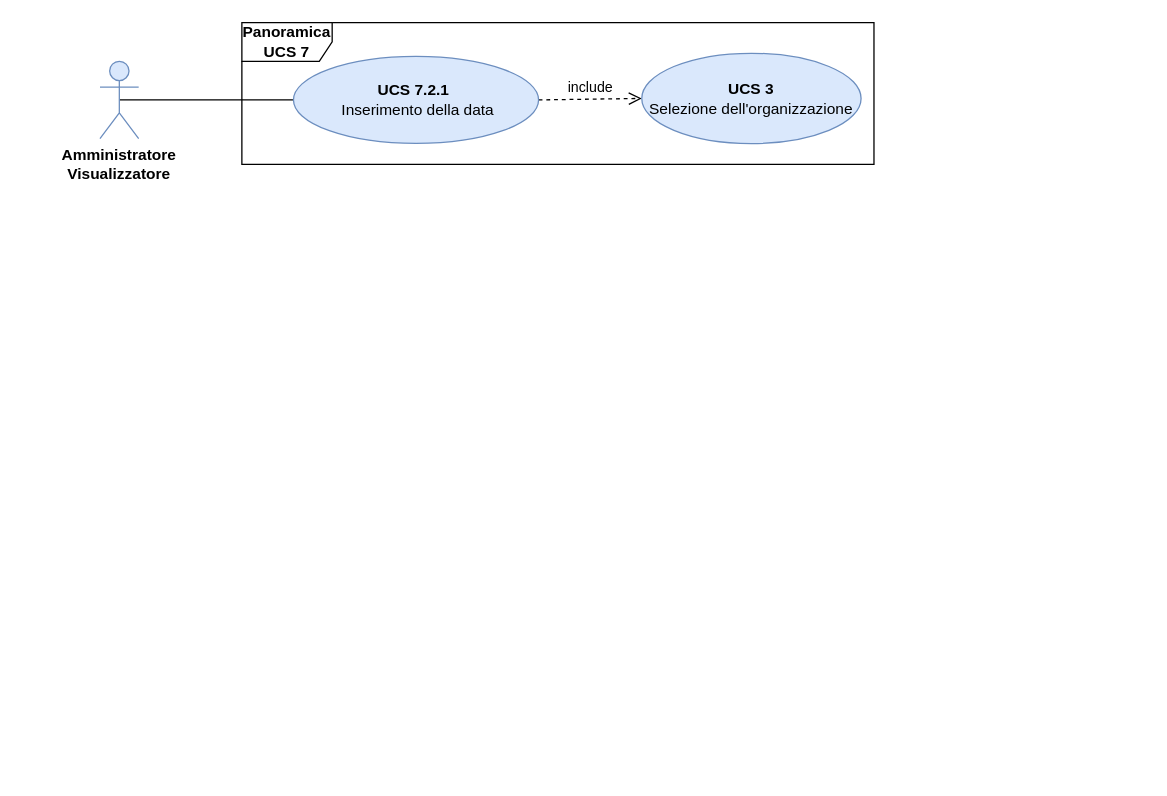
Before: DocumentazioneEsterna/AnalisiDeiRequisiti/Sezioni/UseCase/draw.io/UC SERVER/UCS7.drawio in qb-team/Stalker-Documentazione, a draw.io diagram. Source tidied: cells renumbered, new cells numbered last; positions are measured from the earlier drawing's top-left corner, leaving out a move shared by most shapes. Both pictures are drawn from the tidied source at 129%, with x=0, y=0 at pixel (22, 22).
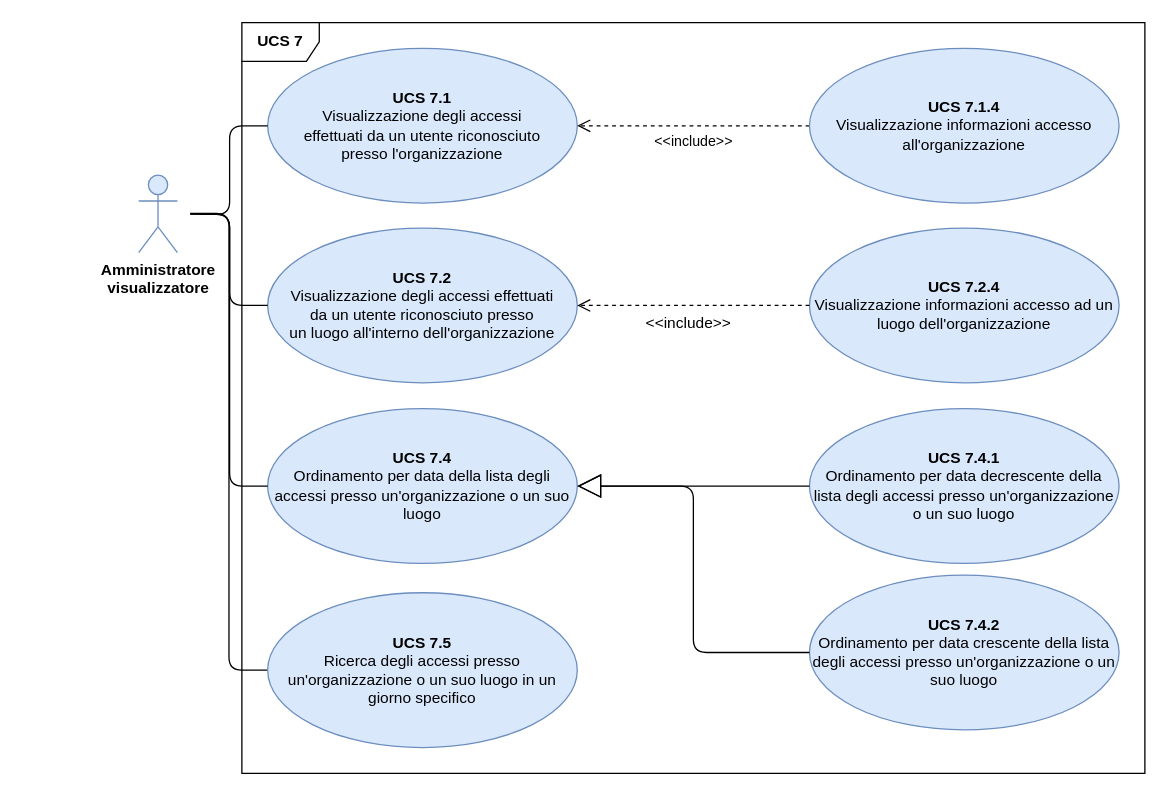
The same page after the edit.

Diff of the diagram source:
```diff
@@
-    <mxCell id="2" value="&lt;b&gt;Panoramica UCS 7&lt;/b&gt;" style="shape=umlFrame;whiteSpace=wrap;html=1;width=70;height=30;" parent="1" vertex="1">
-      <mxGeometry x="170" width="490" height="110" as="geometry" />
+    <mxCell id="2" value="&lt;b&gt;UCS 7&lt;/b&gt;" style="shape=umlFrame;whiteSpace=wrap;html=1;fontFamily=Helvetica;fontSize=12;" parent="1" vertex="1">
+      <mxGeometry x="170" width="700" height="582" as="geometry" />
     </mxCell>
-    <mxCell id="3" style="edgeStyle=orthogonalEdgeStyle;rounded=0;jettySize=auto;html=1;entryX=0;entryY=0.5;entryDx=0;entryDy=0;endArrow=none;endFill=0;exitX=0.5;exitY=0.5;exitDx=0;exitDy=0;exitPerimeter=0;" parent="1" edge="1" source="4" target="6">
-      <mxGeometry relative="1" as="geometry" />
-    </mxCell>
-    <mxCell id="4" value="&lt;div style=&quot;line-height: 120%&quot;&gt;&lt;/div&gt;" style="shape=umlActor;verticalLabelPosition=bottom;labelBackgroundColor=#ffffff;verticalAlign=top;html=1;fillColor=#dae8fc;strokeColor=#6c8ebf;" parent="1" vertex="1">
-      <mxGeometry x="60" y="30" width="30" height="60" as="geometry" />
-    </mxCell>
-    <mxCell id="5" value="include" style="html=1;verticalAlign=bottom;endArrow=open;dashed=1;endSize=8;exitX=1;exitY=0.5;exitDx=0;exitDy=0;entryX=0;entryY=0.5;entryDx=0;entryDy=0;" parent="1" edge="1" source="6" target="8">
-      <mxGeometry relative="1" as="geometry" />
-    </mxCell>
-    <mxCell id="6" value="&lt;b&gt;UCS 7.2.1&amp;nbsp;&lt;br&gt;&lt;/b&gt;&amp;nbsp;Inserimento della data" style="ellipse;whiteSpace=wrap;html=1;fillColor=#dae8fc;strokeColor=#6c8ebf;" parent="1" vertex="1">
-      <mxGeometry x="210" y="26.2" width="190" height="67.5" as="geometry" />
-    </mxCell>
-    <mxCell id="7" value="&lt;div style=&quot;color: rgb(0 , 0 , 0) ; font-family: &amp;#34;helvetica&amp;#34; ; font-size: 12px ; font-style: normal ; font-variant: normal ; letter-spacing: normal ; line-height: 120% ; text-align: center ; text-decoration: none ; text-indent: 0px ; text-transform: none ; white-space: nowrap ; word-spacing: 0px&quot;&gt;&lt;b&gt;Amministratore&lt;/b&gt;&lt;/div&gt;&lt;div style=&quot;color: rgb(0 , 0 , 0) ; font-family: &amp;#34;helvetica&amp;#34; ; font-size: 12px ; font-style: normal ; font-variant: normal ; letter-spacing: normal ; line-height: 120% ; text-align: center ; text-decoration: none ; text-indent: 0px ; text-transform: none ; white-space: nowrap ; word-spacing: 0px&quot;&gt;&lt;b&gt;&amp;nbsp;Visualizzatore&amp;nbsp;&lt;/b&gt;&lt;/div&gt;" style="text;html=1;strokeColor=none;fillColor=none;align=center;verticalAlign=middle;whiteSpace=wrap;rounded=0;" parent="1" vertex="1">
-      <mxGeometry y="100" width="150" height="20" as="geometry" />
-    </mxCell>
-    <mxCell id="8" value="&lt;b&gt;UCS 3&lt;br&gt;&lt;/b&gt;Selezione dell'organizzazione" style="ellipse;whiteSpace=wrap;html=1;fillColor=#dae8fc;strokeColor=#6c8ebf;" parent="1" vertex="1">
-      <mxGeometry x="480" y="23.8" width="170" height="70" as="geometry" />
-    </mxCell>
+    <mxCell id="9" value="&lt;font&gt;&lt;b style=&quot;font-size: 12px&quot;&gt;UCS 7.1&lt;br&gt;&lt;/b&gt;Visualizzazione degli accessi&lt;br&gt;effettuati da un utente riconosciuto&lt;br&gt;presso l'organizzazione&lt;br&gt;&lt;/font&gt;" style="ellipse;whiteSpace=wrap;html=1;fillColor=#dae8fc;strokeColor=#6c8ebf;fontFamily=Helvetica;fontSize=12;" parent="1" vertex="1">
+      <mxGeometry x="190" y="20" width="240" height="120" as="geometry" />
+    </mxCell>
+    <mxCell id="10" value="&lt;font&gt;&lt;b style=&quot;font-size: 12px&quot;&gt;UCS 7.2&lt;br&gt;&lt;/b&gt;Visualizzazione degli accessi effettuati&lt;br&gt;da un utente riconosciuto presso&lt;br&gt;un luogo all'interno dell'organizzazione&lt;br&gt;&lt;/font&gt;" style="ellipse;whiteSpace=wrap;html=1;fillColor=#dae8fc;strokeColor=#6c8ebf;fontFamily=Helvetica;fontSize=12;" parent="1" vertex="1">
+      <mxGeometry x="190" y="159.3" width="240" height="120" as="geometry" />
+    </mxCell>
+    <mxCell id="11" style="edgeStyle=orthogonalEdgeStyle;rounded=1;jettySize=auto;html=1;entryX=0;entryY=0.5;entryDx=0;entryDy=0;endArrow=none;endFill=0;" parent="1" edge="1" target="31">
+      <mxGeometry relative="1" as="geometry">
+        <mxPoint x="130" y="148" as="sourcePoint" />
+        <Array as="points">
+          <mxPoint x="160" y="148" />
+          <mxPoint x="160" y="502" />
+        </Array>
+      </mxGeometry>
+    </mxCell>
+    <mxCell id="12" value="&lt;b&gt;Amministratore&lt;br&gt;visualizzatore&lt;br&gt;&lt;/b&gt;" style="shape=umlActor;verticalLabelPosition=bottom;labelBackgroundColor=#ffffff;verticalAlign=top;html=1;fillColor=#dae8fc;strokeColor=#6c8ebf;fontFamily=Helvetica;fontSize=12;" parent="1" vertex="1">
+      <mxGeometry x="90" y="118.3" width="30" height="60" as="geometry" />
+    </mxCell>
+    <mxCell id="13" value="&lt;font&gt;&lt;b style=&quot;font-size: 12px&quot;&gt;UCS 7.4&lt;br&gt;&lt;/b&gt;Ordinamento per data della lista degli accessi presso un'organizzazione o un suo luogo&lt;br&gt;&lt;/font&gt;" style="ellipse;whiteSpace=wrap;html=1;fillColor=#dae8fc;strokeColor=#6c8ebf;fontFamily=Helvetica;fontSize=12;" parent="1" vertex="1">
+      <mxGeometry x="190" y="299.3" width="240" height="120" as="geometry" />
+    </mxCell>
+    <mxCell id="14" value="&amp;lt;&amp;lt;include&amp;gt;&amp;gt;" style="html=1;verticalAlign=bottom;endArrow=open;dashed=1;endSize=8;exitX=0;exitY=0.5;exitDx=0;exitDy=0;entryX=1;entryY=0.5;entryDx=0;entryDy=0;edgeStyle=orthogonalEdgeStyle;" parent="1" edge="1" source="15" target="9">
+      <mxGeometry y="21" relative="1" as="geometry" />
+    </mxCell>
+    <mxCell id="15" value="&lt;font&gt;&lt;b style=&quot;font-size: 12px&quot;&gt;UCS 7.1.4&lt;br&gt;&lt;/b&gt;Visualizzazione informazioni accesso all'organizzazione&lt;br&gt;&lt;/font&gt;" style="ellipse;whiteSpace=wrap;html=1;fillColor=#dae8fc;strokeColor=#6c8ebf;fontFamily=Helvetica;fontSize=12;" parent="1" vertex="1">
+      <mxGeometry x="610" y="20" width="240" height="120" as="geometry" />
+    </mxCell>
+    <mxCell id="16" value="&lt;font&gt;&lt;b style=&quot;font-size: 12px&quot;&gt;UCS 7.2.4&lt;br&gt;&lt;/b&gt;Visualizzazione informazioni accesso ad un luogo dell'organizzazione&lt;br&gt;&lt;/font&gt;" style="ellipse;whiteSpace=wrap;html=1;fillColor=#dae8fc;strokeColor=#6c8ebf;fontFamily=Helvetica;fontSize=12;" parent="1" vertex="1">
+      <mxGeometry x="610" y="159.3" width="240" height="120" as="geometry" />
+    </mxCell>
+    <mxCell id="17" value="&lt;font style=&quot;font-size: 12px&quot;&gt;&amp;lt;&amp;lt;include&amp;gt;&amp;gt;&lt;/font&gt;" style="html=1;verticalAlign=bottom;endArrow=open;dashed=1;endSize=8;exitX=0;exitY=0.5;exitDx=0;exitDy=0;edgeStyle=orthogonalEdgeStyle;entryX=1;entryY=0.5;entryDx=0;entryDy=0;" parent="1" edge="1" source="16" target="10">
+      <mxGeometry x="0.04" y="23" relative="1" as="geometry" />
+    </mxCell>
+    <mxCell id="18" value="&lt;font&gt;&lt;b style=&quot;font-size: 12px&quot;&gt;UCS 7.4.1&lt;br&gt;&lt;/b&gt;Ordinamento per data decrescente della lista degli accessi presso un'organizzazione o un suo luogo&lt;br&gt;&lt;/font&gt;" style="ellipse;whiteSpace=wrap;html=1;fillColor=#dae8fc;strokeColor=#6c8ebf;fontFamily=Helvetica;fontSize=12;" parent="1" vertex="1">
+      <mxGeometry x="610" y="299.3" width="240" height="120" as="geometry" />
+    </mxCell>
+    <mxCell id="19" value="&lt;font&gt;&lt;b style=&quot;font-size: 12px&quot;&gt;UCS 7.4.2&lt;br&gt;&lt;/b&gt;Ordinamento per data crescente della lista degli accessi presso un'organizzazione o un suo luogo&lt;br&gt;&lt;/font&gt;" style="ellipse;whiteSpace=wrap;html=1;fillColor=#dae8fc;strokeColor=#6c8ebf;fontFamily=Helvetica;fontSize=12;" parent="1" vertex="1">
+      <mxGeometry x="610" y="428.3" width="240" height="120" as="geometry" />
+    </mxCell>
+    <mxCell id="20" style="endArrow=block;endSize=16;endFill=0;html=1;exitX=0;exitY=0.5;exitDx=0;exitDy=0;edgeStyle=orthogonalEdgeStyle;entryX=1;entryY=0.5;entryDx=0;entryDy=0;" parent="1" edge="1" source="18" target="13">
+      <mxGeometry relative="1" as="geometry" />
+    </mxCell>
+    <mxCell id="21" style="endArrow=block;endSize=16;endFill=0;html=1;exitX=0;exitY=0.5;exitDx=0;exitDy=0;edgeStyle=orthogonalEdgeStyle;entryX=1;entryY=0.5;entryDx=0;entryDy=0;" parent="1" edge="1" source="19" target="13">
+      <mxGeometry relative="1" as="geometry" />
+    </mxCell>
+    <mxCell id="22" style="endArrow=none;html=1;edgeStyle=orthogonalEdgeStyle;entryX=0;entryY=0.5;entryDx=0;entryDy=0;" parent="1" edge="1" target="9">
+      <mxGeometry relative="1" as="geometry">
+        <mxPoint x="130" y="148.3" as="sourcePoint" />
+      </mxGeometry>
+    </mxCell>
+    <mxCell id="23" style="html=1;align=left;verticalAlign=bottom;labelBackgroundColor=#ffffff;fontSize=10;" parent="22" vertex="1">
+      <mxGeometry x="-1" relative="1" as="geometry" />
+    </mxCell>
+    <mxCell id="24" style="html=1;align=right;verticalAlign=bottom;labelBackgroundColor=#ffffff;fontSize=10;" parent="22" vertex="1">
+      <mxGeometry x="1" relative="1" as="geometry" />
+    </mxCell>
+    <mxCell id="25" style="endArrow=none;html=1;edgeStyle=orthogonalEdgeStyle;entryX=0;entryY=0.5;entryDx=0;entryDy=0;" parent="1" edge="1" target="10">
+      <mxGeometry relative="1" as="geometry">
+        <mxPoint x="130" y="148.3" as="sourcePoint" />
+      </mxGeometry>
+    </mxCell>
+    <mxCell id="26" style="html=1;align=left;verticalAlign=bottom;labelBackgroundColor=#ffffff;fontSize=10;" parent="25" vertex="1">
+      <mxGeometry x="-1" relative="1" as="geometry" />
+    </mxCell>
+    <mxCell id="27" style="html=1;align=right;verticalAlign=bottom;labelBackgroundColor=#ffffff;fontSize=10;" parent="25" vertex="1">
+      <mxGeometry x="1" relative="1" as="geometry" />
+    </mxCell>
+    <mxCell id="28" style="endArrow=none;html=1;edgeStyle=orthogonalEdgeStyle;entryX=0;entryY=0.5;entryDx=0;entryDy=0;" parent="1" edge="1" target="13">
+      <mxGeometry relative="1" as="geometry">
+        <mxPoint x="130" y="148.3" as="sourcePoint" />
+      </mxGeometry>
+    </mxCell>
+    <mxCell id="29" style="html=1;align=left;verticalAlign=bottom;labelBackgroundColor=#ffffff;fontSize=10;" parent="28" vertex="1">
+      <mxGeometry x="-1" relative="1" as="geometry" />
+    </mxCell>
+    <mxCell id="30" style="html=1;align=right;verticalAlign=bottom;labelBackgroundColor=#ffffff;fontSize=10;" parent="28" vertex="1">
+      <mxGeometry x="1" relative="1" as="geometry" />
+    </mxCell>
+    <mxCell id="31" value="&lt;font&gt;&lt;b style=&quot;font-size: 12px&quot;&gt;UCS 7.5&lt;br&gt;&lt;/b&gt;Ricerca degli accessi presso un'organizzazione o un suo luogo in un giorno specifico&lt;br&gt;&lt;/font&gt;" style="ellipse;whiteSpace=wrap;html=1;fillColor=#dae8fc;strokeColor=#6c8ebf;fontFamily=Helvetica;fontSize=12;" parent="1" vertex="1">
+      <mxGeometry x="190" y="442" width="240" height="120" as="geometry" />
+    </mxCell>
```
